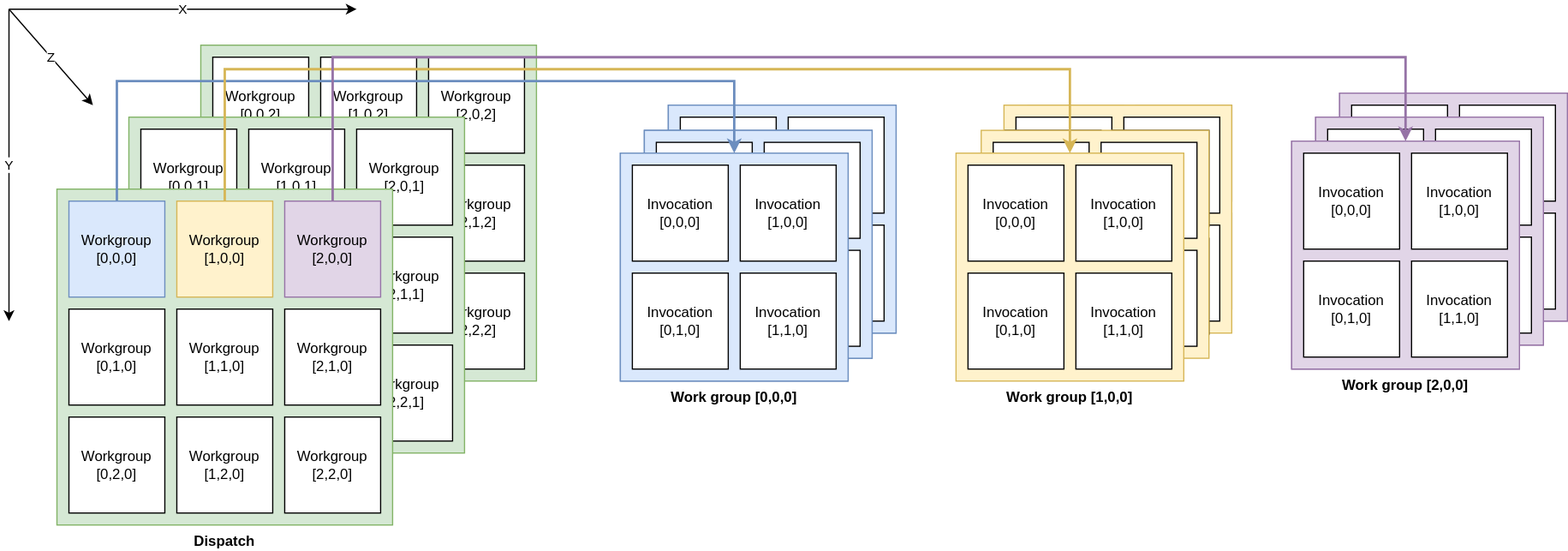
Above: images/compute_space.svg in Overv/VulkanTutorial (draw.io), before the change. Source tidied: cells renumbered, new cells last; positions are measured from the earlier drawing's top-left corner, leaving out a move shared by most shapes.
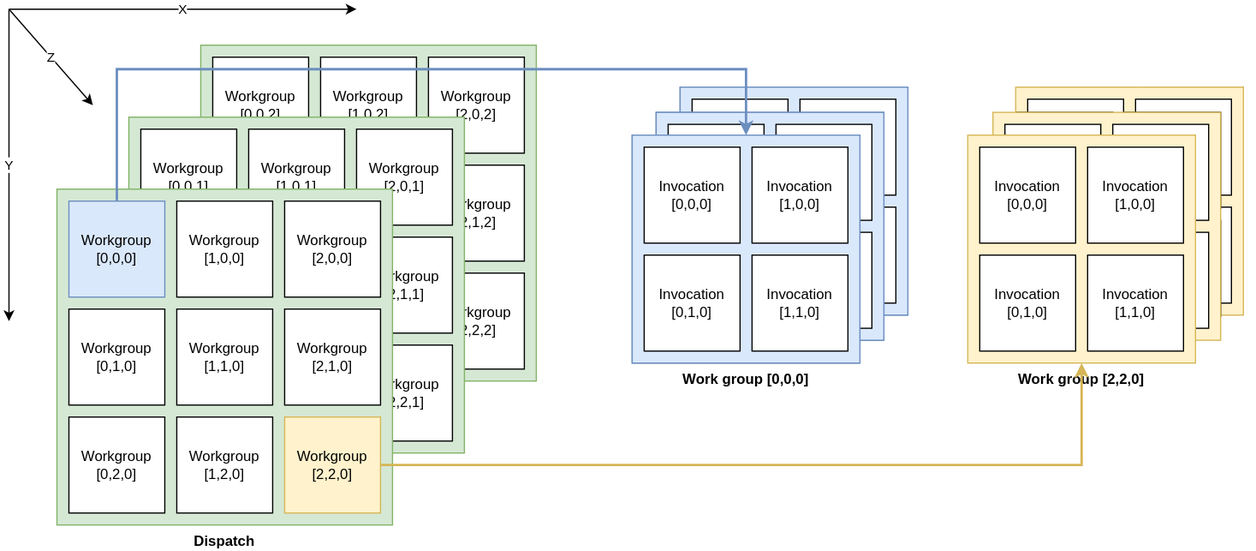
Above is the later version.

The edit, as a diff of the source:
```diff
@@ -77,10 +77,10 @@
     <mxCell id="24" value="Workgroup&lt;br&gt;[0,0,0]" style="whiteSpace=wrap;html=1;fillColor=#dae8fc;strokeColor=#6c8ebf;" parent="22" vertex="1">
       <mxGeometry x="10" y="10" width="80" height="80" as="geometry" />
     </mxCell>
-    <mxCell id="25" value="Workgroup&lt;br&gt;[1,0,0]" style="whiteSpace=wrap;html=1;fillColor=#fff2cc;strokeColor=#d6b656;" parent="22" vertex="1">
+    <mxCell id="25" value="Workgroup&lt;br&gt;[1,0,0]" style="whiteSpace=wrap;html=1;" parent="22" vertex="1">
       <mxGeometry x="100" y="10" width="80" height="80" as="geometry" />
     </mxCell>
-    <mxCell id="26" value="Workgroup&lt;br&gt;[2,0,0]" style="whiteSpace=wrap;html=1;fillColor=#e1d5e7;strokeColor=#9673a6;" parent="22" vertex="1">
+    <mxCell id="26" value="Workgroup&lt;br&gt;[2,0,0]" style="whiteSpace=wrap;html=1;" parent="22" vertex="1">
       <mxGeometry x="190" y="10" width="80" height="80" as="geometry" />
     </mxCell>
     <mxCell id="27" value="Workgroup&lt;br&gt;[0,1,0]" style="whiteSpace=wrap;html=1;" parent="22" vertex="1">
@@ -98,7 +98,7 @@
     <mxCell id="31" value="Workgroup&lt;br&gt;[1,2,0]" style="whiteSpace=wrap;html=1;" parent="22" vertex="1">
       <mxGeometry x="100" y="190" width="80" height="80" as="geometry" />
     </mxCell>
-    <mxCell id="32" value="Workgroup&lt;br&gt;[2,2,0]" style="whiteSpace=wrap;html=1;" parent="22" vertex="1">
+    <mxCell id="32" value="Workgroup&lt;br&gt;[2,2,0]" style="whiteSpace=wrap;html=1;fillColor=#fff2cc;strokeColor=#d6b656;" parent="22" vertex="1">
       <mxGeometry x="190" y="190" width="80" height="80" as="geometry" />
     </mxCell>
     <mxCell id="33" value="Z" style="endArrow=classic;html=1;rounded=0;" parent="22" edge="1">
@@ -108,7 +108,7 @@
       </mxGeometry>
     </mxCell>
     <mxCell id="34" style="group;" parent="1" vertex="1">
-      <mxGeometry x="510" y="80" width="230" height="230" as="geometry" />
+      <mxGeometry x="520" y="65" width="230" height="230" as="geometry" />
     </mxCell>
     <mxCell id="35" style="group;fillColor=#dae8fc;strokeColor=#6c8ebf;" parent="34" vertex="1">
       <mxGeometry x="40" width="190" height="190" as="geometry" />
@@ -165,7 +165,7 @@
       <mxGeometry x="100" y="100" width="80" height="80" as="geometry" />
     </mxCell>
     <mxCell id="53" style="group;" parent="1" vertex="1">
-      <mxGeometry x="790" y="70" width="240" height="240" as="geometry" />
+      <mxGeometry x="800" y="55" width="240" height="240" as="geometry" />
     </mxCell>
     <mxCell id="54" style="group;" parent="53" vertex="1">
       <mxGeometry x="50" width="190" height="200" as="geometry" />
@@ -236,7 +236,7 @@
     <mxCell id="76" style="group;" parent="53" vertex="1">
       <mxGeometry y="50" width="190" height="190" as="geometry" />
     </mxCell>
-    <mxCell id="77" value="&lt;b&gt;Work group [1,0,0]&lt;/b&gt;" style="whiteSpace=wrap;html=1;rounded=0;fillColor=#fff2cc;strokeColor=#d6b656;labelPosition=center;verticalLabelPosition=bottom;align=center;verticalAlign=top;" parent="76" vertex="1">
+    <mxCell id="77" value="&lt;b&gt;Work group [2,2,0]&lt;/b&gt;" style="whiteSpace=wrap;html=1;rounded=0;fillColor=#fff2cc;strokeColor=#d6b656;labelPosition=center;verticalLabelPosition=bottom;align=center;verticalAlign=top;" parent="76" vertex="1">
       <mxGeometry width="190" height="190" as="geometry" />
     </mxCell>
     <mxCell id="78" value="Invocation&lt;br&gt;[0,0,0]" style="whiteSpace=wrap;html=1;" parent="76" vertex="1">
@@ -251,95 +251,20 @@
     <mxCell id="81" value="Invocation&lt;br&gt;[1,1,0]" style="whiteSpace=wrap;html=1;" parent="76" vertex="1">
       <mxGeometry x="100" y="100" width="80" height="80" as="geometry" />
     </mxCell>
-    <mxCell id="82" style="group;" parent="1" vertex="1">
-      <mxGeometry x="1070" y="70" width="230" height="230" as="geometry" />
+    <mxCell id="82" style="edgeStyle=orthogonalEdgeStyle;rounded=0;jettySize=auto;html=1;exitX=0.5;exitY=0;exitDx=0;exitDy=0;entryX=0.5;entryY=0;entryDx=0;entryDy=0;fillColor=#dae8fc;strokeColor=#6c8ebf;strokeWidth=2;" parent="1" edge="1" source="24" target="48">
+      <mxGeometry relative="1" as="geometry">
+        <Array as="points">
+          <mxPoint x="90" y="50" />
+          <mxPoint x="615" y="50" />
+        </Array>
+      </mxGeometry>
     </mxCell>
-    <mxCell id="83" style="group;" parent="82" vertex="1">
-      <mxGeometry x="40" width="190" height="190" as="geometry" />
+    <mxCell id="83" style="edgeStyle=orthogonalEdgeStyle;rounded=0;jettySize=auto;html=1;exitX=1;exitY=0.5;exitDx=0;exitDy=0;entryX=0.5;entryY=1;entryDx=0;entryDy=0;strokeWidth=2;fillColor=#fff2cc;strokeColor=#d6b656;" parent="1" edge="1" source="32" target="77">
+      <mxGeometry relative="1" as="geometry">
+        <Array as="points">
+          <mxPoint x="895" y="380" />
+        </Array>
+      </mxGeometry>
     </mxCell>
-    <mxCell id="84" style="group;fillColor=#e1d5e7;strokeColor=#9673a6;" parent="83" vertex="1">
-      <mxGeometry width="190" height="190" as="geometry" />
-    </mxCell>
-    <mxCell id="85" style="whiteSpace=wrap;html=1;rounded=0;fillColor=#e1d5e7;strokeColor=#9673a6;labelPosition=center;verticalLabelPosition=bottom;align=center;verticalAlign=top;" parent="83" vertex="1">
-      <mxGeometry width="190" height="190" as="geometry" />
-    </mxCell>
-    <mxCell id="86" value="Invocation&lt;br&gt;[0,0,0]" style="whiteSpace=wrap;html=1;" parent="83" vertex="1">
-      <mxGeometry x="10" y="10" width="80" height="80" as="geometry" />
-    </mxCell>
-    <mxCell id="87" value="Invocation&lt;br&gt;[1,0,0]" style="whiteSpace=wrap;html=1;" parent="83" vertex="1">
-      <mxGeometry x="100" y="10" width="80" height="80" as="geometry" />
-    </mxCell>
-    <mxCell id="88" value="Invocation&lt;br&gt;[0,1,0]" style="whiteSpace=wrap;html=1;" parent="83" vertex="1">
-      <mxGeometry x="10" y="100" width="80" height="80" as="geometry" />
-    </mxCell>
-    <mxCell id="89" value="Invocation&lt;br&gt;[1,1,0]" style="whiteSpace=wrap;html=1;" parent="83" vertex="1">
-      <mxGeometry x="100" y="100" width="80" height="80" as="geometry" />
-    </mxCell>
-    <mxCell id="90" style="group;" parent="82" vertex="1">
-      <mxGeometry x="20" y="20" width="190" height="190" as="geometry" />
-    </mxCell>
-    <mxCell id="91" style="group;fillColor=#e1d5e7;strokeColor=#9673a6;" parent="90" vertex="1">
-      <mxGeometry width="190" height="190" as="geometry" />
-    </mxCell>
-    <mxCell id="92" style="whiteSpace=wrap;html=1;rounded=0;fillColor=#e1d5e7;strokeColor=#9673a6;labelPosition=center;verticalLabelPosition=bottom;align=center;verticalAlign=top;" parent="90" vertex="1">
-      <mxGeometry width="190" height="190" as="geometry" />
-    </mxCell>
-    <mxCell id="93" value="Invocation&lt;br&gt;[0,0,0]" style="whiteSpace=wrap;html=1;" parent="90" vertex="1">
-      <mxGeometry x="10" y="10" width="80" height="80" as="geometry" />
-    </mxCell>
-    <mxCell id="94" value="Invocation&lt;br&gt;[1,0,0]" style="whiteSpace=wrap;html=1;" parent="90" vertex="1">
-      <mxGeometry x="100" y="10" width="80" height="80" as="geometry" />
-    </mxCell>
-    <mxCell id="95" value="Invocation&lt;br&gt;[0,1,0]" style="whiteSpace=wrap;html=1;" parent="90" vertex="1">
-      <mxGeometry x="10" y="100" width="80" height="80" as="geometry" />
-    </mxCell>
-    <mxCell id="96" value="Invocation&lt;br&gt;[1,1,0]" style="whiteSpace=wrap;html=1;" parent="90" vertex="1">
-      <mxGeometry x="100" y="100" width="80" height="80" as="geometry" />
-    </mxCell>
-    <mxCell id="97" style="group;" parent="82" vertex="1">
-      <mxGeometry y="40" width="190" height="190" as="geometry" />
-    </mxCell>
-    <mxCell id="98" style="group;fillColor=#e1d5e7;strokeColor=#9673a6;" parent="97" vertex="1">
-      <mxGeometry width="190" height="190" as="geometry" />
-    </mxCell>
-    <mxCell id="99" value="&lt;b&gt;Work group [2,0,0]&lt;/b&gt;" style="whiteSpace=wrap;html=1;rounded=0;fillColor=#e1d5e7;strokeColor=#9673a6;labelPosition=center;verticalLabelPosition=bottom;align=center;verticalAlign=top;" parent="97" vertex="1">
-      <mxGeometry width="190" height="190" as="geometry" />
-    </mxCell>
-    <mxCell id="100" value="Invocation&lt;br&gt;[0,0,0]" style="whiteSpace=wrap;html=1;" parent="97" vertex="1">
-      <mxGeometry x="10" y="10" width="80" height="80" as="geometry" />
-    </mxCell>
-    <mxCell id="101" value="Invocation&lt;br&gt;[1,0,0]" style="whiteSpace=wrap;html=1;" parent="97" vertex="1">
-      <mxGeometry x="100" y="10" width="80" height="80" as="geometry" />
-    </mxCell>
-    <mxCell id="102" value="Invocation&lt;br&gt;[0,1,0]" style="whiteSpace=wrap;html=1;" parent="97" vertex="1">
-      <mxGeometry x="10" y="100" width="80" height="80" as="geometry" />
-    </mxCell>
-    <mxCell id="103" value="Invocation&lt;br&gt;[1,1,0]" style="whiteSpace=wrap;html=1;" parent="97" vertex="1">
-      <mxGeometry x="100" y="100" width="80" height="80" as="geometry" />
-    </mxCell>
-    <mxCell id="104" style="edgeStyle=orthogonalEdgeStyle;rounded=0;jettySize=auto;html=1;exitX=0.5;exitY=0;exitDx=0;exitDy=0;entryX=0.5;entryY=0;entryDx=0;entryDy=0;fillColor=#dae8fc;strokeColor=#6c8ebf;strokeWidth=2;" parent="1" edge="1" source="24" target="48">
-      <mxGeometry relative="1" as="geometry">
-        <Array as="points">
-          <mxPoint x="90" y="60" />
-          <mxPoint x="605" y="60" />
-        </Array>
-      </mxGeometry>
-    </mxCell>
-    <mxCell id="105" style="edgeStyle=orthogonalEdgeStyle;rounded=0;jettySize=auto;html=1;exitX=0.5;exitY=0;exitDx=0;exitDy=0;entryX=0.5;entryY=0;entryDx=0;entryDy=0;fillColor=#fff2cc;strokeColor=#d6b656;strokeWidth=2;" parent="1" edge="1" source="25" target="77">
-      <mxGeometry relative="1" as="geometry">
-        <Array as="points">
-          <mxPoint x="180" y="50" />
-          <mxPoint x="885" y="50" />
-        </Array>
-      </mxGeometry>
-    </mxCell>
-    <mxCell id="106" style="edgeStyle=orthogonalEdgeStyle;rounded=0;jettySize=auto;html=1;exitX=0.5;exitY=0;exitDx=0;exitDy=0;entryX=0.5;entryY=0;entryDx=0;entryDy=0;strokeWidth=2;fillColor=#e1d5e7;strokeColor=#9673a6;" parent="1" edge="1" source="26" target="99">
-      <mxGeometry relative="1" as="geometry">
-        <Array as="points">
-          <mxPoint x="270" y="40" />
-          <mxPoint x="1165" y="40" />
-        </Array>
-      </mxGeometry>
-    </mxCell>
   </root>
 </mxGraphModel>
```
